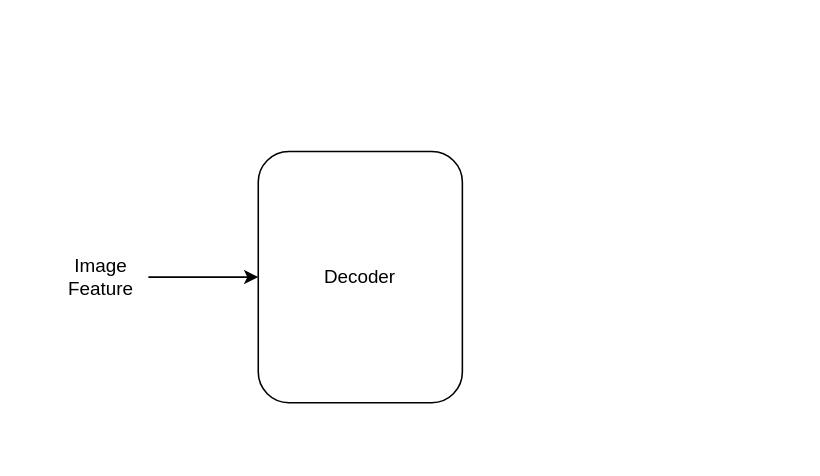
weathon/3d2smile keeps this draw.io diagram as itm.drawio. Above is the earlier version. Source tidied: cells renumbered, new cells numbered last; positions are measured from the earlier drawing's top-left corner, leaving out a move shared by most shapes. Both pictures are drawn from the tidied source at 157%, with x=0, y=0 at pixel (53, 151).
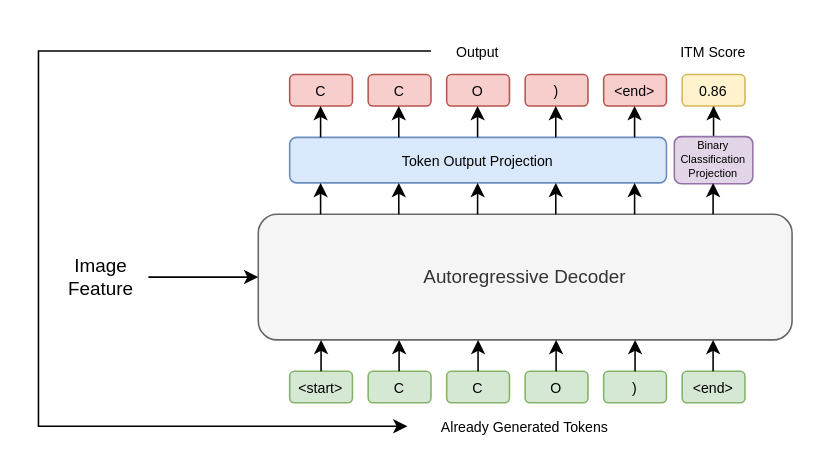
Above is the later version.

What changed in the source:
```diff
@@
-    <mxCell id="2" value="Decoder" style="rounded=1;whiteSpace=wrap;html=1;" parent="1" vertex="1">
-      <mxGeometry x="130" width="130" height="160" as="geometry" />
+    <mxCell id="2" value="Autoregressive Decoder" style="rounded=1;whiteSpace=wrap;html=1;fillColor=#f5f5f5;fontColor=#333333;strokeColor=#666666;" parent="1" vertex="1">
+      <mxGeometry x="130" y="40" width="340" height="80" as="geometry" />
     </mxCell>
@@
+    <mxCell id="5" value="&lt;font style=&quot;font-size: 9px;&quot;&gt;Already Generated Tokens&lt;/font&gt;" style="text;html=1;align=center;verticalAlign=middle;whiteSpace=wrap;rounded=0;" parent="1" vertex="1">
+      <mxGeometry x="225" y="160" width="150" height="30" as="geometry" />
+    </mxCell>
+    <mxCell id="6" value="&lt;font style=&quot;font-size: 9px;&quot;&gt;C&lt;/font&gt;" style="rounded=1;whiteSpace=wrap;html=1;fillColor=#d5e8d4;strokeColor=#82b366;" parent="1" vertex="1">
+      <mxGeometry x="200" y="140" width="40" height="20" as="geometry" />
+    </mxCell>
+    <mxCell id="7" value="&lt;font style=&quot;font-size: 9px;&quot;&gt;&amp;lt;start&amp;gt;&lt;/font&gt;" style="rounded=1;whiteSpace=wrap;html=1;fillColor=#d5e8d4;strokeColor=#82b366;" parent="1" vertex="1">
+      <mxGeometry x="150" y="140" width="40" height="20" as="geometry" />
+    </mxCell>
+    <mxCell id="8" value="&lt;font style=&quot;font-size: 9px;&quot;&gt;C&lt;/font&gt;" style="rounded=1;whiteSpace=wrap;html=1;fillColor=#d5e8d4;strokeColor=#82b366;" parent="1" vertex="1">
+      <mxGeometry x="250" y="140" width="40" height="20" as="geometry" />
+    </mxCell>
+    <mxCell id="9" value="&lt;font style=&quot;font-size: 9px;&quot;&gt;O&lt;/font&gt;" style="rounded=1;whiteSpace=wrap;html=1;fillColor=#d5e8d4;strokeColor=#82b366;" parent="1" vertex="1">
+      <mxGeometry x="300" y="140" width="40" height="20" as="geometry" />
+    </mxCell>
+    <mxCell id="10" value="&lt;font style=&quot;font-size: 9px;&quot;&gt;)&lt;/font&gt;" style="rounded=1;whiteSpace=wrap;html=1;fillColor=#d5e8d4;strokeColor=#82b366;" parent="1" vertex="1">
+      <mxGeometry x="350" y="140" width="40" height="20" as="geometry" />
+    </mxCell>
+    <mxCell id="11" value="&lt;font style=&quot;font-size: 9px;&quot;&gt;&amp;lt;end&amp;gt;&lt;/font&gt;" style="rounded=1;whiteSpace=wrap;html=1;fillColor=#d5e8d4;strokeColor=#82b366;" parent="1" vertex="1">
+      <mxGeometry x="400" y="140" width="40" height="20" as="geometry" />
+    </mxCell>
+    <mxCell id="12" value="&lt;font style=&quot;font-size: 9px;&quot;&gt;C&lt;/font&gt;" style="rounded=1;whiteSpace=wrap;html=1;fillColor=#f8cecc;strokeColor=#b85450;" parent="1" vertex="1">
+      <mxGeometry x="150" y="-49" width="40" height="20" as="geometry" />
+    </mxCell>
+    <mxCell id="13" value="&lt;font style=&quot;font-size: 9px;&quot;&gt;C&lt;/font&gt;" style="rounded=1;whiteSpace=wrap;html=1;fillColor=#f8cecc;strokeColor=#b85450;" parent="1" vertex="1">
+      <mxGeometry x="200" y="-49" width="40" height="20" as="geometry" />
+    </mxCell>
+    <mxCell id="14" value="&lt;font style=&quot;font-size: 9px;&quot;&gt;O&lt;/font&gt;" style="rounded=1;whiteSpace=wrap;html=1;fillColor=#f8cecc;strokeColor=#b85450;" parent="1" vertex="1">
+      <mxGeometry x="250" y="-49" width="40" height="20" as="geometry" />
+    </mxCell>
+    <mxCell id="15" value="&lt;font style=&quot;font-size: 9px;&quot;&gt;)&lt;/font&gt;" style="rounded=1;whiteSpace=wrap;html=1;fillColor=#f8cecc;strokeColor=#b85450;" parent="1" vertex="1">
+      <mxGeometry x="300" y="-49" width="40" height="20" as="geometry" />
+    </mxCell>
+    <mxCell id="16" value="&lt;font style=&quot;font-size: 9px;&quot;&gt;&amp;lt;end&amp;gt;&lt;/font&gt;" style="rounded=1;whiteSpace=wrap;html=1;fillColor=#f8cecc;strokeColor=#b85450;" parent="1" vertex="1">
+      <mxGeometry x="350" y="-49" width="40" height="20" as="geometry" />
+    </mxCell>
+    <mxCell id="17" value="&lt;font style=&quot;font-size: 9px;&quot;&gt;Token Output Projection&lt;/font&gt;" style="rounded=1;whiteSpace=wrap;html=1;fillColor=#dae8fc;strokeColor=#6c8ebf;" parent="1" vertex="1">
+      <mxGeometry x="150" y="-9" width="240" height="29" as="geometry" />
+    </mxCell>
+    <mxCell id="18" style="endArrow=classic;html=1;rounded=0;exitX=0.5;exitY=0;exitDx=0;exitDy=0;" parent="1" edge="1" source="7">
+      <mxGeometry relative="1" as="geometry">
+        <mxPoint x="170" y="120" as="targetPoint" />
+      </mxGeometry>
+    </mxCell>
+    <mxCell id="19" style="endArrow=classic;html=1;rounded=0;exitX=0.5;exitY=0;exitDx=0;exitDy=0;" parent="1" edge="1">
+      <mxGeometry relative="1" as="geometry">
+        <mxPoint x="219.7" y="140" as="sourcePoint" />
+        <mxPoint x="219.7" y="120" as="targetPoint" />
+      </mxGeometry>
+    </mxCell>
+    <mxCell id="20" style="endArrow=classic;html=1;rounded=0;exitX=0.5;exitY=0;exitDx=0;exitDy=0;" parent="1" edge="1">
+      <mxGeometry relative="1" as="geometry">
+        <mxPoint x="270" y="140" as="sourcePoint" />
+        <mxPoint x="270" y="120" as="targetPoint" />
+      </mxGeometry>
+    </mxCell>
+    <mxCell id="21" style="endArrow=classic;html=1;rounded=0;exitX=0.5;exitY=0;exitDx=0;exitDy=0;" parent="1" edge="1">
+      <mxGeometry relative="1" as="geometry">
+        <mxPoint x="319.7" y="140" as="sourcePoint" />
+        <mxPoint x="319.7" y="120" as="targetPoint" />
+      </mxGeometry>
+    </mxCell>
+    <mxCell id="22" style="endArrow=classic;html=1;rounded=0;exitX=0.5;exitY=0;exitDx=0;exitDy=0;" parent="1" edge="1">
+      <mxGeometry relative="1" as="geometry">
+        <mxPoint x="370" y="140" as="sourcePoint" />
+        <mxPoint x="370" y="120" as="targetPoint" />
+      </mxGeometry>
+    </mxCell>
+    <mxCell id="23" style="endArrow=classic;html=1;rounded=0;exitX=0.5;exitY=0;exitDx=0;exitDy=0;" parent="1" edge="1">
+      <mxGeometry relative="1" as="geometry">
+        <mxPoint x="419.7" y="140" as="sourcePoint" />
+        <mxPoint x="419.7" y="120" as="targetPoint" />
+      </mxGeometry>
+    </mxCell>
+    <mxCell id="24" style="endArrow=classic;html=1;rounded=0;exitX=0.5;exitY=0;exitDx=0;exitDy=0;" parent="1" edge="1">
+      <mxGeometry relative="1" as="geometry">
+        <mxPoint x="169.7" y="40" as="sourcePoint" />
+        <mxPoint x="169.7" y="20" as="targetPoint" />
+      </mxGeometry>
+    </mxCell>
+    <mxCell id="25" style="endArrow=classic;html=1;rounded=0;exitX=0.5;exitY=0;exitDx=0;exitDy=0;" parent="1" edge="1">
+      <mxGeometry relative="1" as="geometry">
+        <mxPoint x="219.5" y="40" as="sourcePoint" />
+        <mxPoint x="219.5" y="20" as="targetPoint" />
+      </mxGeometry>
+    </mxCell>
+    <mxCell id="26" style="endArrow=classic;html=1;rounded=0;exitX=0.5;exitY=0;exitDx=0;exitDy=0;" parent="1" edge="1">
+      <mxGeometry relative="1" as="geometry">
+        <mxPoint x="269.7" y="40" as="sourcePoint" />
+        <mxPoint x="269.7" y="20" as="targetPoint" />
+      </mxGeometry>
+    </mxCell>
+    <mxCell id="27" style="endArrow=classic;html=1;rounded=0;exitX=0.5;exitY=0;exitDx=0;exitDy=0;" parent="1" edge="1">
+      <mxGeometry relative="1" as="geometry">
+        <mxPoint x="319.5" y="40" as="sourcePoint" />
+        <mxPoint x="319.5" y="20" as="targetPoint" />
+      </mxGeometry>
+    </mxCell>
+    <mxCell id="28" style="endArrow=classic;html=1;rounded=0;exitX=0.5;exitY=0;exitDx=0;exitDy=0;" parent="1" edge="1">
+      <mxGeometry relative="1" as="geometry">
+        <mxPoint x="369.7" y="40" as="sourcePoint" />
+        <mxPoint x="369.7" y="20" as="targetPoint" />
+      </mxGeometry>
+    </mxCell>
+    <mxCell id="29" style="endArrow=classic;html=1;rounded=0;exitX=0.5;exitY=0;exitDx=0;exitDy=0;" parent="1" edge="1">
+      <mxGeometry relative="1" as="geometry">
+        <mxPoint x="169.7" y="-9" as="sourcePoint" />
+        <mxPoint x="169.7" y="-29" as="targetPoint" />
+      </mxGeometry>
+    </mxCell>
+    <mxCell id="30" style="endArrow=classic;html=1;rounded=0;exitX=0.5;exitY=0;exitDx=0;exitDy=0;" parent="1" edge="1">
+      <mxGeometry relative="1" as="geometry">
+        <mxPoint x="219.5" y="-9" as="sourcePoint" />
+        <mxPoint x="219.5" y="-29" as="targetPoint" />
+      </mxGeometry>
+    </mxCell>
+    <mxCell id="31" style="endArrow=classic;html=1;rounded=0;exitX=0.5;exitY=0;exitDx=0;exitDy=0;" parent="1" edge="1">
+      <mxGeometry relative="1" as="geometry">
+        <mxPoint x="269.7" y="-9" as="sourcePoint" />
+        <mxPoint x="269.7" y="-29" as="targetPoint" />
+      </mxGeometry>
+    </mxCell>
+    <mxCell id="32" style="endArrow=classic;html=1;rounded=0;exitX=0.5;exitY=0;exitDx=0;exitDy=0;" parent="1" edge="1">
+      <mxGeometry relative="1" as="geometry">
+        <mxPoint x="319.5" y="-9" as="sourcePoint" />
+        <mxPoint x="319.5" y="-29" as="targetPoint" />
+      </mxGeometry>
+    </mxCell>
+    <mxCell id="33" style="endArrow=classic;html=1;rounded=0;exitX=0.5;exitY=0;exitDx=0;exitDy=0;" parent="1" edge="1">
+      <mxGeometry relative="1" as="geometry">
+        <mxPoint x="369.7" y="-9" as="sourcePoint" />
+        <mxPoint x="369.7" y="-29" as="targetPoint" />
+      </mxGeometry>
+    </mxCell>
+    <mxCell id="34" style="edgeStyle=orthogonalEdgeStyle;rounded=0;jettySize=auto;html=1;entryX=0;entryY=0.5;entryDx=0;entryDy=0;exitX=0;exitY=0.5;exitDx=0;exitDy=0;" parent="1" edge="1" source="35" target="5">
+      <mxGeometry relative="1" as="geometry">
+        <Array as="points">
+          <mxPoint x="-10" y="-64" />
+          <mxPoint x="-10" y="175" />
+        </Array>
+      </mxGeometry>
+    </mxCell>
+    <mxCell id="35" value="&lt;font style=&quot;font-size: 9px;&quot;&gt;Output&lt;/font&gt;" style="text;html=1;align=center;verticalAlign=middle;whiteSpace=wrap;rounded=0;" parent="1" vertex="1">
+      <mxGeometry x="240" y="-79" width="60" height="30" as="geometry" />
+    </mxCell>
+    <mxCell id="36" style="edgeStyle=orthogonalEdgeStyle;rounded=0;jettySize=auto;html=1;entryX=0.5;entryY=1;entryDx=0;entryDy=0;" parent="1" edge="1" source="37" target="38">
+      <mxGeometry relative="1" as="geometry" />
+    </mxCell>
+    <mxCell id="37" value="&lt;p style=&quot;line-height: 58%;&quot;&gt;&lt;font style=&quot;font-size: 7px;&quot;&gt;Binary Classification Projection&lt;/font&gt;&lt;/p&gt;" style="rounded=1;whiteSpace=wrap;html=1;horizontal=1;verticalAlign=middle;spacing=0;spacingTop=0;fillColor=#e1d5e7;strokeColor=#9673a6;spacingBottom=2;" parent="1" vertex="1">
+      <mxGeometry x="395" y="-9.5" width="50" height="30" as="geometry" />
+    </mxCell>
+    <mxCell id="38" value="&lt;font style=&quot;font-size: 9px;&quot;&gt;0.86&lt;/font&gt;" style="rounded=1;whiteSpace=wrap;html=1;fillColor=#fff2cc;strokeColor=#d6b656;" parent="1" vertex="1">
+      <mxGeometry x="400" y="-49" width="40" height="20" as="geometry" />
+    </mxCell>
+    <mxCell id="39" value="&lt;font style=&quot;font-size: 9px;&quot;&gt;ITM Score&lt;/font&gt;" style="text;html=1;align=center;verticalAlign=middle;whiteSpace=wrap;rounded=0;" parent="1" vertex="1">
+      <mxGeometry x="390" y="-79" width="60" height="30" as="geometry" />
+    </mxCell>
+    <mxCell id="40" style="endArrow=classic;html=1;rounded=0;exitX=0.5;exitY=0;exitDx=0;exitDy=0;" parent="1" edge="1">
+      <mxGeometry relative="1" as="geometry">
+        <mxPoint x="419.7" y="40" as="sourcePoint" />
+        <mxPoint x="419.7" y="20" as="targetPoint" />
+      </mxGeometry>
+    </mxCell>
```
